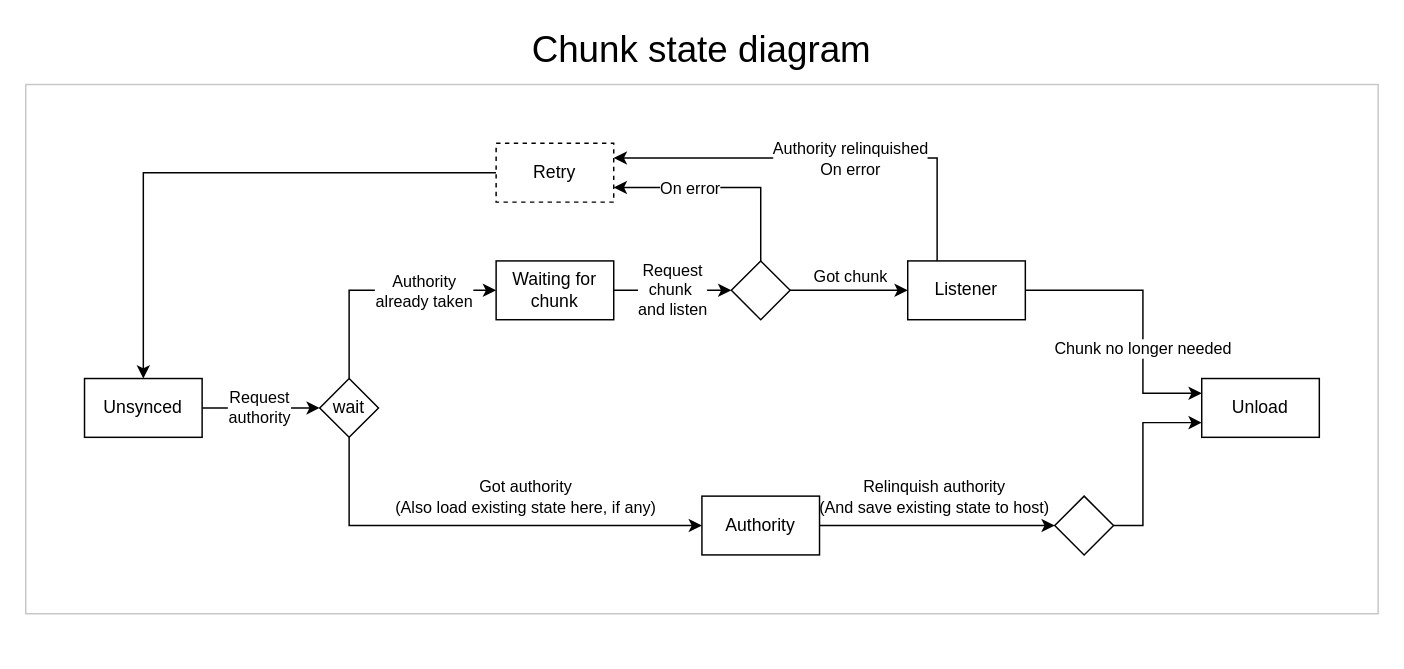
IntQuant/noita_entangled_worlds keeps this draw.io diagram as docs/distributed_world_sync.drawio. Above is the earlier version. Source tidied: cells renumbered, new cells numbered last; positions are measured from the earlier drawing's top-left corner, leaving out a move shared by most shapes. Both pictures are drawn from the tidied source at 147%, with x=0, y=0 at pixel (25, 25).
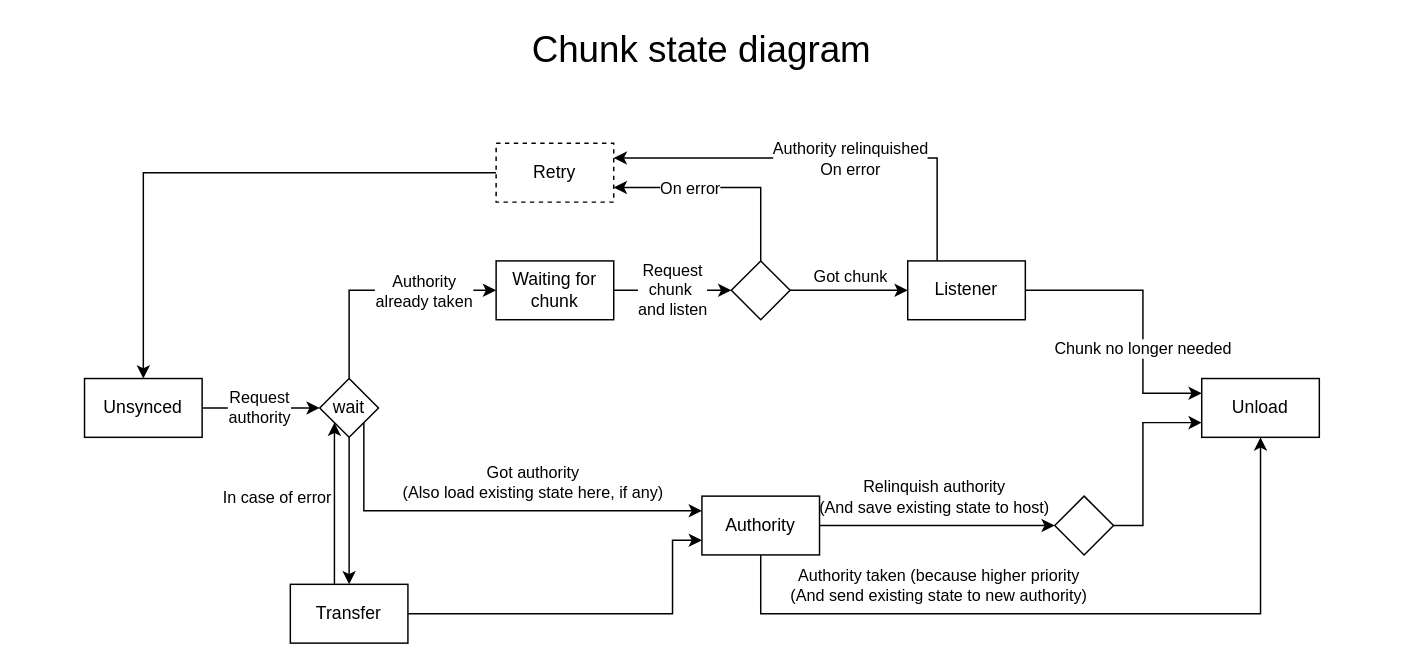
The same diagram, later.

Commit message (it also covers changes not shown here):
Proority stuff in world sync

Unchanged cells that the change refers to:
```xml
<mxCell id="10" value="wait" style="rhombus;whiteSpace=wrap;html=1;" parent="1" vertex="1">
  <mxGeometry x="200" y="240" width="40" height="40" as="geometry" />
</mxCell>
<mxCell id="16" value="Authority" style="rounded=0;whiteSpace=wrap;html=1;" parent="1" vertex="1">
  <mxGeometry x="460" y="320" width="80" height="40" as="geometry" />
</mxCell>
<mxCell id="30" value="Unload" style="rounded=0;whiteSpace=wrap;html=1;" parent="1" vertex="1">
  <mxGeometry x="800" y="240" width="80" height="40" as="geometry" />
</mxCell>
```

Diff of the diagram source:
```diff
@@
-    <mxCell id="8" style="edgeStyle=orthogonalEdgeStyle;rounded=0;jettySize=auto;html=1;entryX=0;entryY=0.5;entryDx=0;entryDy=0;" parent="1" edge="1" source="10" target="16">
+    <mxCell id="8" style="edgeStyle=orthogonalEdgeStyle;rounded=0;jettySize=auto;html=1;entryX=0;entryY=0.25;entryDx=0;entryDy=0;" parent="1" edge="1" source="10" target="16">
       <mxGeometry relative="1" as="geometry">
         <Array as="points">
-          <mxPoint x="220" y="340" />
+          <mxPoint x="230" y="330" />
         </Array>
       </mxGeometry>
     </mxCell>
@@
+    <mxCell id="32" style="edgeStyle=orthogonalEdgeStyle;rounded=0;jettySize=auto;html=1;entryX=0.5;entryY=0;entryDx=0;entryDy=0;" parent="1" edge="1" source="10" target="38">
+      <mxGeometry relative="1" as="geometry" />
+    </mxCell>
@@
+    <mxCell id="33" style="edgeStyle=orthogonalEdgeStyle;rounded=0;jettySize=auto;html=1;entryX=0.5;entryY=1;entryDx=0;entryDy=0;" parent="1" edge="1" source="16" target="30">
+      <mxGeometry relative="1" as="geometry">
+        <Array as="points">
+          <mxPoint x="500" y="400" />
+          <mxPoint x="840" y="400" />
+        </Array>
+      </mxGeometry>
+    </mxCell>
@@
-    <mxCell id="31" style="rounded=0;whiteSpace=wrap;html=1;fillColor=none;strokeColor=#C7C7C7;" parent="1" vertex="1">
-      <mxGeometry y="40" width="920" height="360" as="geometry" />
-    </mxCell>
+    <mxCell id="34" value="Authority taken (because higher priority&lt;div&gt;(And send existing state to new authority)&lt;/div&gt;" style="edgeLabel;html=1;align=center;verticalAlign=middle;" parent="1" vertex="1">
+      <mxGeometry x="620" y="380" as="geometry" />
+    </mxCell>
+    <mxCell id="35" style="edgeStyle=orthogonalEdgeStyle;rounded=0;jettySize=auto;html=1;entryX=0;entryY=0.75;entryDx=0;entryDy=0;" parent="1" edge="1" source="38" target="16">
+      <mxGeometry relative="1" as="geometry">
+        <Array as="points">
+          <mxPoint x="440" y="400" />
+          <mxPoint x="440" y="350" />
+        </Array>
+      </mxGeometry>
+    </mxCell>
+    <mxCell id="36" style="edgeStyle=orthogonalEdgeStyle;rounded=0;jettySize=auto;html=1;entryX=0;entryY=1;entryDx=0;entryDy=0;" parent="1" edge="1" source="38" target="10">
+      <mxGeometry relative="1" as="geometry">
+        <Array as="points">
+          <mxPoint x="210" y="360" />
+          <mxPoint x="210" y="360" />
+        </Array>
+      </mxGeometry>
+    </mxCell>
+    <mxCell id="37" value="In case of error" style="edgeLabel;html=1;align=center;verticalAlign=middle;" parent="36" vertex="1">
+      <mxGeometry x="0.03" relative="1" as="geometry">
+        <mxPoint x="-40" y="-3" as="offset" />
+      </mxGeometry>
+    </mxCell>
+    <mxCell id="38" value="Transfer" style="rounded=0;whiteSpace=wrap;html=1;" parent="1" vertex="1">
+      <mxGeometry x="180" y="380" width="80" height="40" as="geometry" />
+    </mxCell>
```
